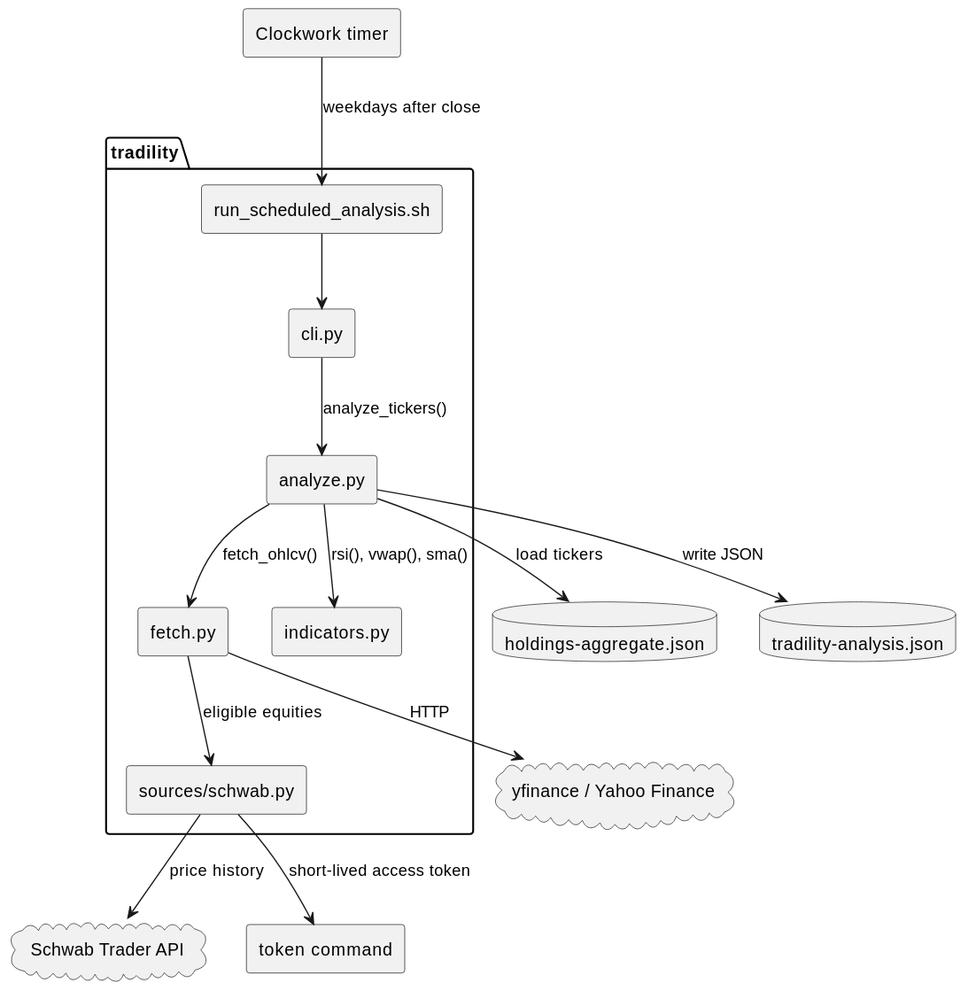
This is docs/diagrams/repo-architecture.puml.svg from casonk/tradility, a PlantUML export, as it was before one commit.
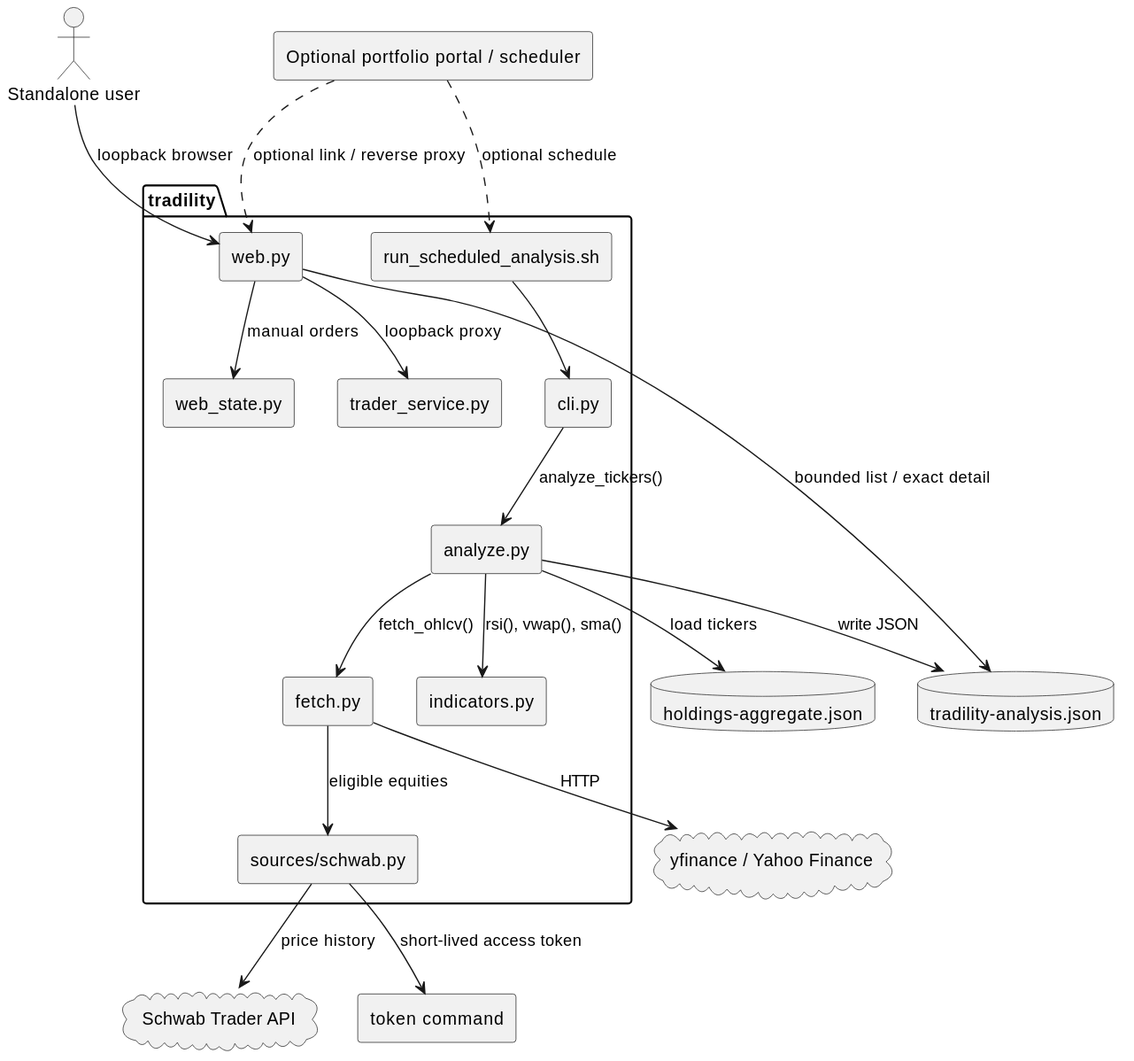
After the commit.

The edit, as a diff of the source:
```diff
@@ -7,6 +7,9 @@
   [fetch.py] as Fetch
   [sources/schwab.py] as Schwab
   [indicators.py] as Indicators
+  [web.py] as Web
+  [web_state.py] as WebState
+  [trader_service.py] as Trader
   [run_scheduled_analysis.sh] as Scheduled
 }
 
@@ -14,7 +17,8 @@
 database "tradility-analysis.json" as Output
 cloud "yfinance / Yahoo Finance" as YF
 cloud "Schwab Trader API" as SchwabAPI
-component "Clockwork timer" as Clockwork
+actor "Standalone user" as User
+component "Optional portfolio portal / scheduler" as Portal
 component "token command" as TokenCommand
 
 CLI --> Analyze : analyze_tickers()
@@ -26,6 +30,11 @@
 Schwab --> TokenCommand : short-lived access token
 Analyze --> Indicators : rsi(), vwap(), sma()
 Analyze --> Output : write JSON
-Clockwork --> Scheduled : weekdays after close
+User --> Web : loopback browser
+Web --> Output : bounded list / exact detail
+Web --> WebState : manual orders
+Web --> Trader : loopback proxy
+Portal ..> Web : optional link / reverse proxy
+Portal ..> Scheduled : optional schedule
 Scheduled --> CLI
 @enduml
```
